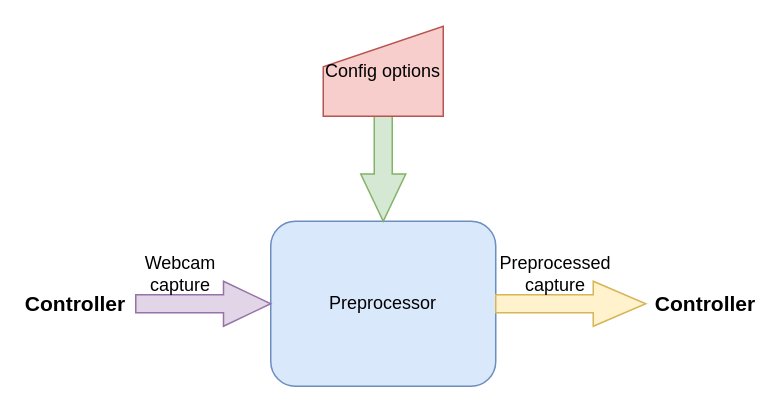
Earlier version of the draw.io diagram segment_architecture.drawio (GreatSharky/CoHSCI). Source tidied: cells renumbered, new cells numbered last; positions are measured from the earlier drawing's top-left corner, leaving out a move shared by most shapes. Both pictures are drawn from the tidied source at 150%, with x=0, y=0 at pixel (30, 26).
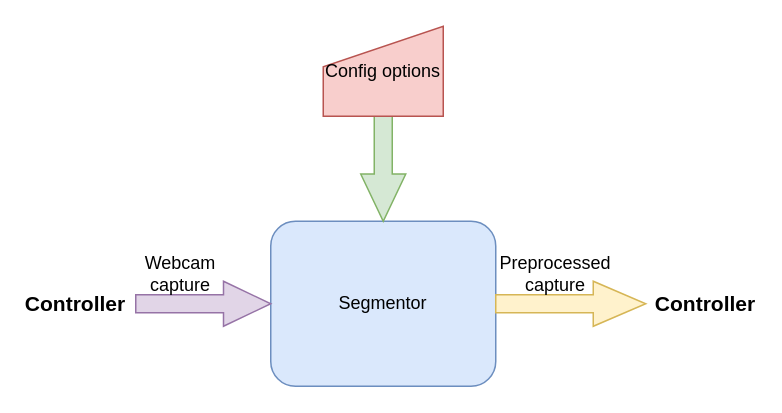
After the change.

The edit, as a diff of the source:
```diff
@@
 <mxGraphModel>
   <root>
     <mxCell id="0" />
     <mxCell id="1" parent="0" />
-    <mxCell id="2" value="Preprocessor" style="rounded=1;whiteSpace=wrap;html=1;fillColor=#dae8fc;strokeColor=#6c8ebf;" parent="1" vertex="1">
+    <mxCell id="2" value="Segmentor" style="rounded=1;whiteSpace=wrap;html=1;fillColor=#dae8fc;strokeColor=#6c8ebf;" parent="1" vertex="1">
       <mxGeometry x="160" y="130" width="150" height="110" as="geometry" />
     </mxCell>
     <mxCell id="3" style="shape=singleArrow;whiteSpace=wrap;html=1;arrowWidth=0.4;arrowSize=0.35;fillColor=#e1d5e7;strokeColor=#9673a6;" parent="1" vertex="1">
       <mxGeometry x="70" y="170" width="90" height="30" as="geometry" />
     </mxCell>
     <mxCell id="4" value="Webcam&lt;div&gt;capture&lt;/div&gt;" style="text;html=1;whiteSpace=wrap;strokeColor=none;fillColor=none;align=center;verticalAlign=middle;rounded=0;" parent="1" vertex="1">
       <mxGeometry x="70" y="150" width="60" height="30" as="geometry" />
     </mxCell>
     <mxCell id="5" value="Controller" style="text;html=1;whiteSpace=wrap;strokeColor=none;fillColor=none;align=center;verticalAlign=middle;rounded=0;fontSize=14;fontStyle=1;" parent="1" vertex="1">
       <mxGeometry y="170" width="60" height="30" as="geometry" />
     </mxCell>
     <mxCell id="6" style="shape=singleArrow;whiteSpace=wrap;html=1;arrowWidth=0.4;arrowSize=0.35;fillColor=#fff2cc;strokeColor=#d6b656;" parent="1" vertex="1">
       <mxGeometry x="310" y="170" width="100" height="30" as="geometry" />
     </mxCell>
     <mxCell id="7" style="shape=singleArrow;whiteSpace=wrap;html=1;arrowWidth=0.4;arrowSize=0.35;rotation=90;fillColor=#d5e8d4;strokeColor=#82b366;" parent="1" vertex="1">
       <mxGeometry x="190" y="70" width="90" height="30" as="geometry" />
     </mxCell>
     <mxCell id="8" value="Controller" style="text;html=1;whiteSpace=wrap;strokeColor=none;fillColor=none;align=center;verticalAlign=middle;rounded=0;fontSize=14;fontStyle=1;" parent="1" vertex="1">
       <mxGeometry x="420" y="170" width="60" height="30" as="geometry" />
     </mxCell>
     <mxCell id="9" value="Preprocessed capture" style="text;html=1;whiteSpace=wrap;strokeColor=none;fillColor=none;align=center;verticalAlign=middle;rounded=0;" parent="1" vertex="1">
       <mxGeometry x="320" y="150" width="60" height="30" as="geometry" />
     </mxCell>
     <mxCell id="10" value="Config o&lt;span style=&quot;background-color: transparent; color: light-dark(rgb(0, 0, 0), rgb(255, 255, 255));&quot;&gt;ptions&lt;/span&gt;" style="shape=manualInput;whiteSpace=wrap;html=1;size=27;fillColor=#f8cecc;strokeColor=#b85450;" parent="1" vertex="1">
       <mxGeometry x="195" width="80" height="60" as="geometry" />
     </mxCell>
   </root>
 </mxGraphModel>
```
